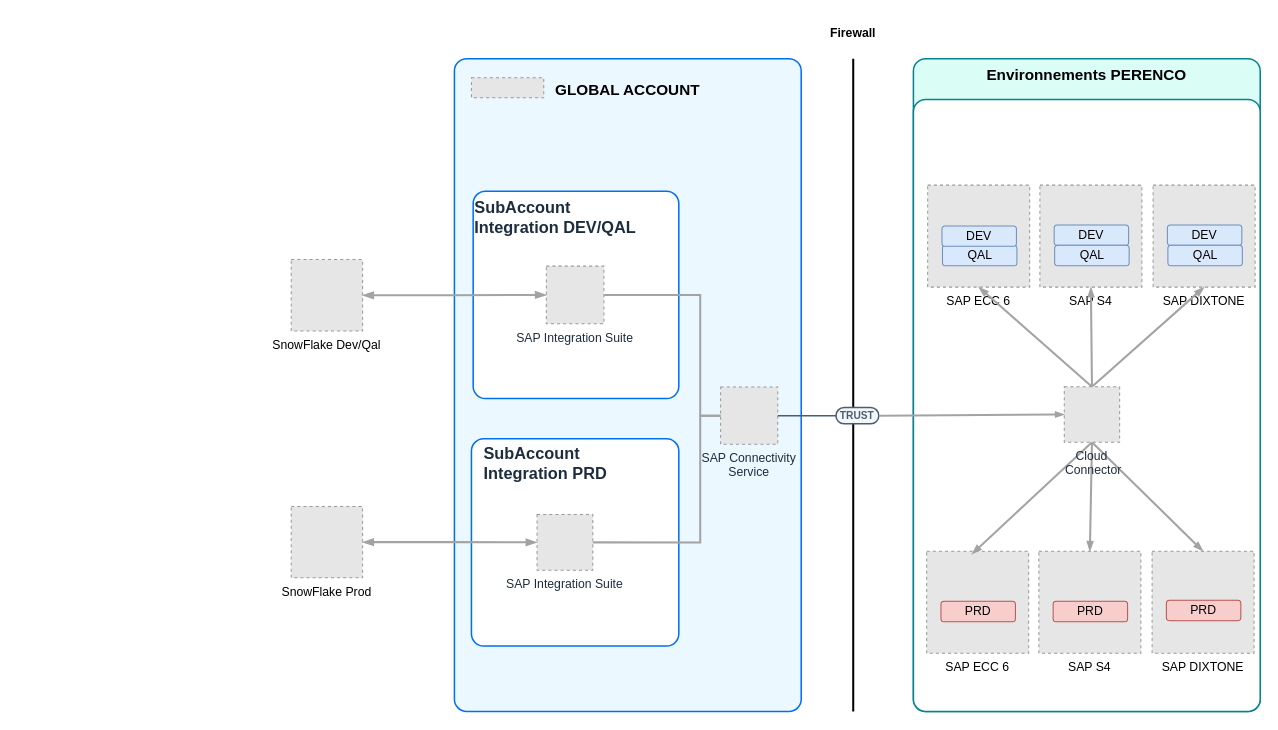
This is ArchiDevBTP.drawio from MikaPaP/ArchiDev, a draw.io file, before an edit. Source tidied: cells renumbered, new cells numbered last; positions are measured from the earlier drawing's top-left corner, leaving out a move shared by most shapes. Both pictures are drawn from the tidied source at 102%, with x=0, y=0 at pixel (291, 17). Pictures stored in the file or linked from it are replaced by grey dashed boxes.
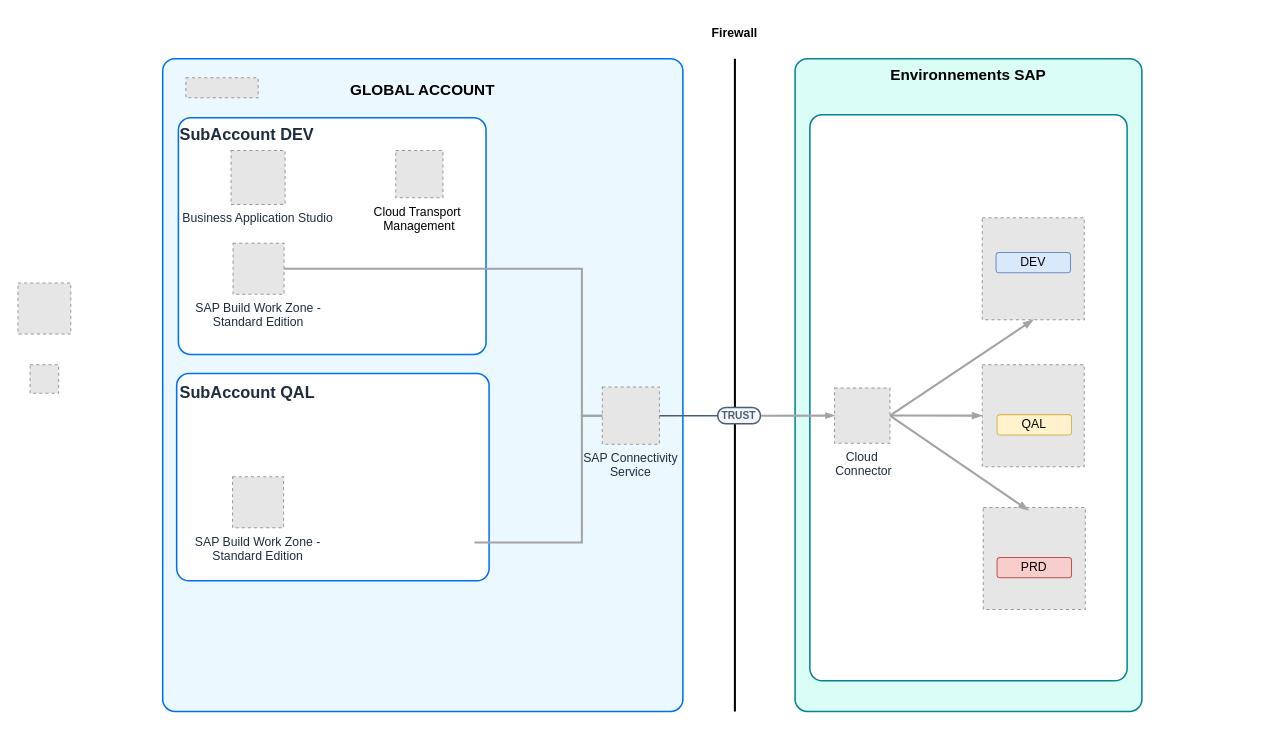
After the change.

The change refers to these unchanged cells:
```xml
<mxCell id="23" value="SAP Connectivity&#10;Service" style="fillColor=#E6E6E6;strokeColor=#999999;dashed=1;verticalLabelPosition=bottom;verticalAlign=top;fontStyle=0;fontSize=12;fontColor=#1D2D3E;" parent="14" vertex="1">
  <mxGeometry x="261" y="322" width="56" height="56" as="geometry" />
</mxCell>
```

Diff of the diagram source:
```diff
@@
-    <mxCell id="2" value="Environnements PERENCO" style="rounded=1;whiteSpace=wrap;html=1;strokeColor=#07838f;fillColor=#dafdf5;arcSize=24;absoluteArcSize=1;imageWidth=64;imageHeight=64;strokeWidth=1.5;verticalAlign=top;fontSize=15;fontStyle=1;" parent="1" vertex="1">
-      <mxGeometry x="610" y="40" width="340" height="640" as="geometry" />
+    <mxCell id="2" value="Environnements SAP" style="rounded=1;whiteSpace=wrap;html=1;strokeColor=#07838f;fillColor=#dafdf5;arcSize=24;absoluteArcSize=1;imageWidth=64;imageHeight=64;strokeWidth=1.5;verticalAlign=top;fontSize=15;fontStyle=1;" parent="1" vertex="1">
+      <mxGeometry x="494" y="40" width="340" height="640" as="geometry" />
     </mxCell>
-    <mxCell id="3" style="rounded=1;whiteSpace=wrap;html=1;strokeColor=#07838f;fillColor=#FFFFFF;arcSize=24;absoluteArcSize=1;imageWidth=64;imageHeight=64;strokeWidth=1.5;" parent="1" vertex="1">
-      <mxGeometry x="610" y="80" width="340" height="600" as="geometry" />
-    </mxCell>
+    <mxCell id="46" style="rounded=1;whiteSpace=wrap;html=1;strokeColor=#07838f;fillColor=#FFFFFF;arcSize=24;absoluteArcSize=1;imageWidth=64;imageHeight=64;strokeWidth=1.5;" parent="1" vertex="1">
+      <mxGeometry x="508.5" y="95" width="311" height="555" as="geometry" />
+    </mxCell>
-    <mxCell id="4" value="SAP ECC 6" style="fillColor=#E6E6E6;strokeColor=#999999;dashed=1;verticalLabelPosition=bottom;verticalAlign=top;" parent="1" vertex="1">
-      <mxGeometry x="624" y="164" width="100" height="100" as="geometry" />
+    <mxCell id="4" style="fillColor=#E6E6E6;strokeColor=#999999;dashed=1;verticalLabelPosition=bottom;verticalAlign=top;" parent="1" vertex="1">
+      <mxGeometry x="677.5" y="196" width="100" height="100" as="geometry" />
     </mxCell>
-    <mxCell id="5" value="SnowFlake Dev/Qal" style="fillColor=#E6E6E6;strokeColor=#999999;dashed=1;verticalLabelPosition=bottom;verticalAlign=top;" parent="1" vertex="1">
-      <mxGeometry y="237" width="70" height="70" as="geometry" />
-    </mxCell>
-    <mxCell id="6" value="SnowFlake Prod" style="fillColor=#E6E6E6;strokeColor=#999999;dashed=1;verticalLabelPosition=bottom;verticalAlign=top;" parent="1" vertex="1">
-      <mxGeometry y="479" width="70" height="70" as="geometry" />
-    </mxCell>
-    <mxCell id="7" value="QAL" style="rounded=1;whiteSpace=wrap;html=1;fillColor=#dae8fc;strokeColor=#6c8ebf;" parent="1" vertex="1">
-      <mxGeometry x="638.5" y="223" width="73" height="20" as="geometry" />
-    </mxCell>
-    <mxCell id="8" value="SAP S4" style="fillColor=#E6E6E6;strokeColor=#999999;dashed=1;verticalLabelPosition=bottom;verticalAlign=top;" parent="1" vertex="1">
-      <mxGeometry x="734" y="164" width="100" height="100" as="geometry" />
-    </mxCell>
-    <mxCell id="9" value="DEV" style="rounded=1;whiteSpace=wrap;html=1;fillColor=#dae8fc;strokeColor=#6c8ebf;" parent="1" vertex="1">
-      <mxGeometry x="748" y="203" width="73" height="20" as="geometry" />
-    </mxCell>
-    <mxCell id="10" value="QAL" style="rounded=1;whiteSpace=wrap;html=1;fillColor=#dae8fc;strokeColor=#6c8ebf;" parent="1" vertex="1">
-      <mxGeometry x="748.5" y="223" width="73" height="20" as="geometry" />
-    </mxCell>
-    <mxCell id="11" value="SAP DIXTONE" style="fillColor=#E6E6E6;strokeColor=#999999;dashed=1;verticalLabelPosition=bottom;verticalAlign=top;" parent="1" vertex="1">
-      <mxGeometry x="845" y="164" width="100" height="100" as="geometry" />
+    <mxCell id="11" style="fillColor=#E6E6E6;strokeColor=#999999;dashed=1;verticalLabelPosition=bottom;verticalAlign=top;" parent="1" vertex="1">
+      <mxGeometry x="677.5" y="340" width="100" height="100" as="geometry" />
     </mxCell>
-    <mxCell id="12" value="DEV" style="rounded=1;whiteSpace=wrap;html=1;fillColor=#dae8fc;strokeColor=#6c8ebf;" parent="1" vertex="1">
-      <mxGeometry x="859" y="203" width="73" height="20" as="geometry" />
-    </mxCell>
-    <mxCell id="13" value="QAL" style="rounded=1;whiteSpace=wrap;html=1;fillColor=#dae8fc;strokeColor=#6c8ebf;" parent="1" vertex="1">
-      <mxGeometry x="859.5" y="223" width="73" height="20" as="geometry" />
+    <mxCell id="13" value="QAL" style="rounded=1;whiteSpace=wrap;html=1;fillColor=#fff2cc;strokeColor=#d6b656;" parent="1" vertex="1">
+      <mxGeometry x="692" y="389" width="73" height="20" as="geometry" />
     </mxCell>
     <mxCell id="14" style="group;arcSize=24;" parent="1" vertex="1">
-      <mxGeometry x="160" y="40" width="543" height="640" as="geometry" />
+      <mxGeometry x="44" y="40" width="543" height="640" as="geometry" />
     </mxCell>
     <mxCell id="15" value="&lt;p style=&quot;line-height: 100%; font-size: 15px;&quot;&gt;&lt;/p&gt;&lt;h1 style=&quot;font-size: 15px;&quot;&gt;&lt;b style=&quot;font-size: 15px;&quot;&gt;GLOBAL ACCOUNT&lt;/b&gt;&lt;/h1&gt;&lt;p style=&quot;font-size: 15px;&quot;&gt;&lt;/p&gt;" style="rounded=1;whiteSpace=wrap;html=1;strokeColor=#0070F2;fillColor=#EBF8FF;arcSize=24;absoluteArcSize=1;imageWidth=64;imageHeight=64;strokeWidth=1.5;verticalAlign=top;fontSize=15;" parent="14" vertex="1">
-      <mxGeometry width="340" height="640" as="geometry" />
+      <mxGeometry x="-170" width="510" height="640" as="geometry" />
     </mxCell>
     <mxCell id="16" style="fillColor=#E6E6E6;strokeColor=#999999;dashed=1;verticalLabelPosition=bottom;labelBackgroundColor=default;verticalAlign=top;" parent="14" vertex="1">
-      <mxGeometry x="16.7" y="18.8" width="70.9" height="19.6" as="geometry" />
+      <mxGeometry x="-147.3" y="18.8" width="70.9" height="19.6" as="geometry" />
     </mxCell>
     <mxCell id="17" style="rounded=1;whiteSpace=wrap;html=1;strokeColor=#0070F2;strokeWidth=1.5;arcSize=24;fillColor=#FFFFFF;perimeterSpacing=0;absoluteArcSize=1;" parent="14" vertex="1">
-      <mxGeometry x="16.7" y="372.7" width="203.3" height="203.2" as="geometry" />
+      <mxGeometry x="-156.3" y="308.7" width="306.3" height="203.2" as="geometry" />
     </mxCell>
-    <mxCell id="18" value="&lt;font face=&quot;arial&quot; style=&quot;font-size: 16px;&quot;&gt;&lt;b style=&quot;font-size: 16px;&quot;&gt;SubAccount&lt;/b&gt;&lt;/font&gt;&lt;div&gt;&lt;font face=&quot;arial&quot; style=&quot;font-size: 16px;&quot;&gt;&lt;b style=&quot;font-size: 16px;&quot;&gt;Integration PRD&lt;/b&gt;&lt;/font&gt;&lt;/div&gt;" style="text;html=1;align=left;verticalAlign=middle;strokeColor=none;fillColor=none;fontSize=12;fontColor=#1d2d3e;fontFamily=Helvetica;" parent="14" vertex="1">
-      <mxGeometry x="27" y="372.1" width="140" height="50" as="geometry" />
-    </mxCell>
-    <mxCell id="19" value="&lt;font face=&quot;arial&quot; style=&quot;color: rgb(29, 45, 62); text-wrap-mode: nowrap; font-size: 16px;&quot;&gt;&lt;b&gt;SubAccount&lt;/b&gt;&lt;/font&gt;&lt;div style=&quot;color: rgb(29, 45, 62); text-wrap-mode: nowrap;&quot;&gt;&lt;font face=&quot;arial&quot; style=&quot;font-size: 16px;&quot;&gt;&lt;b&gt;Integration DEV/QAL&lt;/b&gt;&lt;/font&gt;&lt;/div&gt;" style="rounded=1;whiteSpace=wrap;html=1;strokeColor=#0070F2;strokeWidth=1.5;arcSize=24;fillColor=#FFFFFF;perimeterSpacing=0;absoluteArcSize=1;verticalAlign=top;align=left;" parent="14" vertex="1">
-      <mxGeometry x="18.4" y="130" width="201.6" height="203.2" as="geometry" />
+    <mxCell id="19" value="&lt;font face=&quot;arial&quot; style=&quot;color: rgb(29, 45, 62); text-wrap-mode: nowrap; font-size: 16px;&quot;&gt;&lt;b&gt;SubAccount&amp;nbsp;&lt;/b&gt;&lt;/font&gt;&lt;b style=&quot;font-size: 16px; font-family: arial; color: rgb(29, 45, 62); text-wrap-mode: nowrap; background-color: initial;&quot;&gt;DEV&lt;/b&gt;" style="rounded=1;whiteSpace=wrap;html=1;strokeColor=#0070F2;strokeWidth=1.5;arcSize=24;fillColor=#FFFFFF;perimeterSpacing=0;absoluteArcSize=1;verticalAlign=top;align=left;" parent="14" vertex="1">
+      <mxGeometry x="-154.6" y="58" width="301.6" height="232" as="geometry" />
     </mxCell>
-    <mxCell id="20" value="SAP Integration Suite" style="fillColor=#E6E6E6;strokeColor=#999999;dashed=1;verticalLabelPosition=bottom;verticalAlign=top;fontStyle=0;fontSize=12;fontColor=#1D2D3E;" parent="14" vertex="1">
-      <mxGeometry x="81" y="446.9" width="54.7" height="54.7" as="geometry" />
-    </mxCell>
-    <mxCell id="21" value="SAP Integration Suite" style="fillColor=#E6E6E6;strokeColor=#999999;dashed=1;verticalLabelPosition=bottom;verticalAlign=top;fontStyle=0;fontSize=12;fontColor=#1D2D3E;" parent="14" vertex="1">
-      <mxGeometry x="90.1" y="203.4" width="56.5" height="56.5" as="geometry" />
-    </mxCell>
-    <mxCell id="22" value="DEV" style="rounded=1;whiteSpace=wrap;html=1;fillColor=#dae8fc;strokeColor=#6c8ebf;" parent="14" vertex="1">
-      <mxGeometry x="478" y="164" width="73" height="20" as="geometry" />
-    </mxCell>
@@
-    <mxCell id="27" style="edgeStyle=orthogonalEdgeStyle;rounded=0;jettySize=auto;html=1;exitX=1;exitY=0.5;exitDx=0;exitDy=0;exitPerimeter=0;entryX=0;entryY=0.5;entryDx=0;entryDy=0;entryPerimeter=0;strokeColor=#A3A3A3;strokeWidth=2;endArrow=none;endFill=0;" parent="14" edge="1" source="21" target="23">
+    <mxCell id="27" style="edgeStyle=orthogonalEdgeStyle;rounded=0;jettySize=auto;html=1;entryX=0;entryY=0.5;entryDx=0;entryDy=0;entryPerimeter=0;strokeColor=#A3A3A3;strokeWidth=2;endArrow=none;endFill=0;exitX=1;exitY=0.5;exitDx=0;exitDy=0;exitPerimeter=0;" parent="14" edge="1" source="48" target="23">
       <mxGeometry relative="1" as="geometry">
         <Array as="points">
-          <mxPoint x="241" y="232" />
+          <mxPoint x="241" y="206" />
           <mxPoint x="241" y="350" />
         </Array>
       </mxGeometry>
     </mxCell>
-    <mxCell id="28" style="edgeStyle=orthogonalEdgeStyle;rounded=0;jettySize=auto;html=1;exitX=1;exitY=0.5;exitDx=0;exitDy=0;exitPerimeter=0;entryX=0;entryY=0.5;entryDx=0;entryDy=0;entryPerimeter=0;strokeColor=#A3A3A3;strokeWidth=2;endArrow=none;endFill=0;" parent="14" edge="1" source="20" target="23">
+    <mxCell id="28" style="edgeStyle=orthogonalEdgeStyle;rounded=0;jettySize=auto;html=1;exitX=1;exitY=0.5;exitDx=0;exitDy=0;exitPerimeter=0;entryX=0;entryY=0.5;entryDx=0;entryDy=0;entryPerimeter=0;strokeColor=#A3A3A3;strokeWidth=2;endArrow=none;endFill=0;" parent="14" edge="1" target="23">
       <mxGeometry relative="1" as="geometry">
+        <mxPoint x="135.7" y="474.3" as="sourcePoint" />
         <Array as="points">
           <mxPoint x="241" y="474" />
           <mxPoint x="241" y="350" />
         </Array>
       </mxGeometry>
     </mxCell>
+    <mxCell id="47" value="Business Application Studio" style="fillColor=#E6E6E6;strokeColor=#999999;dashed=1;verticalLabelPosition=bottom;verticalAlign=top;fontStyle=0;fontSize=12;fontColor=#1D2D3E;" parent="14" vertex="1">
+      <mxGeometry x="-103" y="90" width="53" height="53" as="geometry" />
+    </mxCell>
+    <mxCell id="48" value="SAP Build Work Zone -&#10;Standard Edition" style="fillColor=#E6E6E6;strokeColor=#999999;dashed=1;verticalLabelPosition=bottom;verticalAlign=top;fontStyle=0;fontSize=12;fontColor=#1D2D3E;" parent="14" vertex="1">
+      <mxGeometry x="-101" y="181" width="50" height="50" as="geometry" />
+    </mxCell>
+    <mxCell id="49" style="group;fontColor=#1D2D3E;" parent="14" vertex="1">
+      <mxGeometry x="2" y="90" width="159.2" height="104.2" as="geometry" />
+    </mxCell>
+    <mxCell id="50" value="Cloud Transport &#10;Management" style="fillColor=#E6E6E6;strokeColor=#999999;dashed=1;verticalLabelPosition=bottom;verticalAlign=top;" parent="49" vertex="1">
+      <mxGeometry x="56.5" width="46.3" height="46.3" as="geometry" />
+    </mxCell>
+    <mxCell id="51" value="SAP Build Work Zone -&#10;Standard Edition" style="fillColor=#E6E6E6;strokeColor=#999999;dashed=1;verticalLabelPosition=bottom;verticalAlign=top;fontStyle=0;fontSize=12;fontColor=#1D2D3E;" parent="14" vertex="1">
+      <mxGeometry x="-101.5" y="410" width="50" height="50" as="geometry" />
+    </mxCell>
-    <mxCell id="29" value="SAP ECC 6" style="fillColor=#E6E6E6;strokeColor=#999999;dashed=1;verticalLabelPosition=bottom;verticalAlign=top;" parent="1" vertex="1">
-      <mxGeometry x="623" y="523" width="100" height="100" as="geometry" />
+    <mxCell id="29" style="fillColor=#E6E6E6;strokeColor=#999999;dashed=1;verticalLabelPosition=bottom;verticalAlign=top;" parent="1" vertex="1">
+      <mxGeometry x="678.5" y="480" width="100" height="100" as="geometry" />
     </mxCell>
-    <mxCell id="30" value="SAP S4" style="fillColor=#E6E6E6;strokeColor=#999999;dashed=1;verticalLabelPosition=bottom;verticalAlign=top;" parent="1" vertex="1">
-      <mxGeometry x="733" y="523" width="100" height="100" as="geometry" />
-    </mxCell>
-    <mxCell id="31" value="PRD" style="rounded=1;whiteSpace=wrap;html=1;fillColor=#f8cecc;strokeColor=#b85450;" parent="1" vertex="1">
-      <mxGeometry x="747" y="572" width="73" height="20" as="geometry" />
-    </mxCell>
-    <mxCell id="32" value="SAP DIXTONE" style="fillColor=#E6E6E6;strokeColor=#999999;dashed=1;verticalLabelPosition=bottom;verticalAlign=top;" parent="1" vertex="1">
-      <mxGeometry x="844" y="523" width="100" height="100" as="geometry" />
-    </mxCell>
-    <mxCell id="33" value="PRD" style="rounded=1;whiteSpace=wrap;html=1;fillColor=#f8cecc;strokeColor=#b85450;" parent="1" vertex="1">
-      <mxGeometry x="858" y="571" width="73" height="20" as="geometry" />
-    </mxCell>
     <mxCell id="34" value="PRD" style="rounded=1;whiteSpace=wrap;html=1;fillColor=#f8cecc;strokeColor=#b85450;" parent="1" vertex="1">
-      <mxGeometry x="637" y="572" width="73" height="20" as="geometry" />
+      <mxGeometry x="692" y="529" width="73" height="20" as="geometry" />
     </mxCell>
-    <mxCell id="35" style="edgeStyle=none;rounded=0;jettySize=auto;html=1;fontColor=#BFBFBF;fontSize=13;strokeColor=#A3A3A3;endSize=5;strokeWidth=2;endArrow=blockThin;endFill=1;exitX=0.5;exitY=0;exitDx=0;exitDy=0;entryX=0.5;entryY=1;entryDx=0;entryDy=0;" parent="1" edge="1" source="42" target="8">
-      <mxGeometry relative="1" as="geometry" />
-    </mxCell>
-    <mxCell id="36" style="edgeStyle=none;rounded=0;jettySize=auto;html=1;fontColor=#BFBFBF;fontSize=13;strokeColor=#A3A3A3;endSize=5;strokeWidth=2;endArrow=blockThin;endFill=1;exitX=0.5;exitY=0;exitDx=0;exitDy=0;entryX=0.5;entryY=1;entryDx=0;entryDy=0;" parent="1" edge="1" source="42" target="11">
-      <mxGeometry relative="1" as="geometry" />
-    </mxCell>
-    <mxCell id="37" style="edgeStyle=none;rounded=0;jettySize=auto;html=1;fontColor=#BFBFBF;fontSize=13;strokeColor=#A3A3A3;endSize=5;strokeWidth=2;endArrow=blockThin;endFill=1;entryX=0.5;entryY=1;entryDx=0;entryDy=0;exitX=0.5;exitY=0;exitDx=0;exitDy=0;" parent="1" edge="1" source="42" target="4">
+    <mxCell id="37" style="edgeStyle=none;rounded=0;jettySize=auto;html=1;fontColor=#BFBFBF;fontSize=13;strokeColor=#A3A3A3;endSize=5;strokeWidth=2;endArrow=blockThin;endFill=1;entryX=0.5;entryY=1;entryDx=0;entryDy=0;exitX=1;exitY=0.5;exitDx=0;exitDy=0;" parent="1" edge="1" source="42" target="4">
       <mxGeometry relative="1" as="geometry" />
     </mxCell>
-    <mxCell id="38" style="edgeStyle=none;rounded=0;jettySize=auto;html=1;fontColor=#BFBFBF;fontSize=13;strokeColor=#A3A3A3;endSize=5;strokeWidth=2;endArrow=blockThin;endFill=1;entryX=0.443;entryY=0.028;entryDx=0;entryDy=0;exitX=0.5;exitY=1;exitDx=0;exitDy=0;entryPerimeter=0;" parent="1" edge="1" source="42" target="29">
+    <mxCell id="38" style="edgeStyle=none;rounded=0;jettySize=auto;html=1;fontColor=#BFBFBF;fontSize=13;strokeColor=#A3A3A3;endSize=5;strokeWidth=2;endArrow=blockThin;endFill=1;entryX=0.443;entryY=0.028;entryDx=0;entryDy=0;exitX=1;exitY=0.5;exitDx=0;exitDy=0;entryPerimeter=0;" parent="1" edge="1" source="42" target="29">
       <mxGeometry relative="1" as="geometry" />
     </mxCell>
-    <mxCell id="39" style="edgeStyle=none;rounded=0;jettySize=auto;html=1;fontColor=#BFBFBF;fontSize=13;strokeColor=#A3A3A3;endSize=5;strokeWidth=2;endArrow=blockThin;endFill=1;entryX=0.5;entryY=0;entryDx=0;entryDy=0;exitX=0.5;exitY=1;exitDx=0;exitDy=0;" parent="1" edge="1" source="42" target="30">
-      <mxGeometry relative="1" as="geometry" />
-    </mxCell>
-    <mxCell id="40" style="edgeStyle=none;rounded=0;jettySize=auto;html=1;fontColor=#BFBFBF;fontSize=13;strokeColor=#A3A3A3;endSize=5;strokeWidth=2;endArrow=blockThin;endFill=1;entryX=0.5;entryY=0;entryDx=0;entryDy=0;exitX=0.5;exitY=1;exitDx=0;exitDy=0;" parent="1" edge="1" source="42" target="32">
-      <mxGeometry relative="1" as="geometry" />
-    </mxCell>
     <mxCell id="41" value="Firewall" style="text;strokeColor=none;align=center;fillColor=none;html=1;verticalAlign=middle;whiteSpace=wrap;rounded=0;fontStyle=1;" parent="1" vertex="1">
-      <mxGeometry x="521" width="60" height="30" as="geometry" />
+      <mxGeometry x="405" width="60" height="30" as="geometry" />
     </mxCell>
     <mxCell id="42" value="Cloud&#10; Connector" style="fillColor=#E6E6E6;strokeColor=#999999;dashed=1;verticalLabelPosition=bottom;verticalAlign=top;fontStyle=0;fontSize=12;fontColor=#1D2D3E;" parent="1" vertex="1">
-      <mxGeometry x="757.9" y="361.7" width="54.3" height="54.3" as="geometry" />
+      <mxGeometry x="532.7" y="362.8" width="54.3" height="54.3" as="geometry" />
     </mxCell>
@@
-    <mxCell id="44" style="edgeStyle=orthogonalEdgeStyle;rounded=0;jettySize=auto;html=1;exitX=1;exitY=0.5;exitDx=0;exitDy=0;entryX=0;entryY=0.5;entryDx=0;entryDy=0;entryPerimeter=0;strokeWidth=2;endArrow=blockThin;endFill=1;strokeColor=#A3A3A3;startArrow=blockThin;startFill=1;" parent="1" edge="1" source="5" target="21">
-      <mxGeometry relative="1" as="geometry" />
-    </mxCell>
-    <mxCell id="45" style="edgeStyle=orthogonalEdgeStyle;rounded=0;jettySize=auto;html=1;exitX=1;exitY=0.5;exitDx=0;exitDy=0;entryX=0;entryY=0.5;entryDx=0;entryDy=0;entryPerimeter=0;strokeWidth=2;strokeColor=#A3A3A3;endArrow=blockThin;endFill=1;startArrow=blockThin;startFill=1;" parent="1" edge="1" source="6" target="20">
-      <mxGeometry relative="1" as="geometry" />
-    </mxCell>
+    <mxCell id="22" value="DEV" style="rounded=1;whiteSpace=wrap;html=1;fillColor=#dae8fc;strokeColor=#6c8ebf;" parent="1" vertex="1">
+      <mxGeometry x="691" y="230" width="73" height="20" as="geometry" />
+    </mxCell>
+    <mxCell id="52" style="fillColor=#E6E6E6;strokeColor=#999999;dashed=1;verticalLabelPosition=bottom;verticalAlign=top;" parent="1" vertex="1">
+      <mxGeometry x="-256" y="340" width="28" height="28" as="geometry" />
+    </mxCell>
+    <mxCell id="53" style="fillColor=#E6E6E6;strokeColor=#999999;dashed=1;verticalLabelPosition=bottom;verticalAlign=top;" parent="1" vertex="1">
+      <mxGeometry x="-267.9" y="260" width="51.8" height="50" as="geometry" />
+    </mxCell>
+    <mxCell id="36" style="edgeStyle=none;rounded=0;jettySize=auto;html=1;fontColor=#BFBFBF;fontSize=13;strokeColor=#A3A3A3;endSize=5;strokeWidth=2;endArrow=blockThin;endFill=1;entryX=0;entryY=0.5;entryDx=0;entryDy=0;exitX=1;exitY=0.5;exitDx=0;exitDy=0;" parent="1" edge="1" source="42" target="11">
+      <mxGeometry relative="1" as="geometry" />
+    </mxCell>
+    <mxCell id="18" value="&lt;font face=&quot;arial&quot; style=&quot;font-size: 16px;&quot;&gt;&lt;b style=&quot;font-size: 16px;&quot;&gt;SubAccount&lt;/b&gt;&lt;/font&gt;&lt;b style=&quot;font-size: 16px; font-family: arial; background-color: initial;&quot;&gt;&amp;nbsp;QAL&lt;/b&gt;" style="text;html=1;align=left;verticalAlign=middle;strokeColor=none;fillColor=none;fontSize=12;fontColor=#1d2d3e;fontFamily=Helvetica;" parent="1" vertex="1">
+      <mxGeometry x="-110.6" y="352" width="160" height="30" as="geometry" />
+    </mxCell>
```
